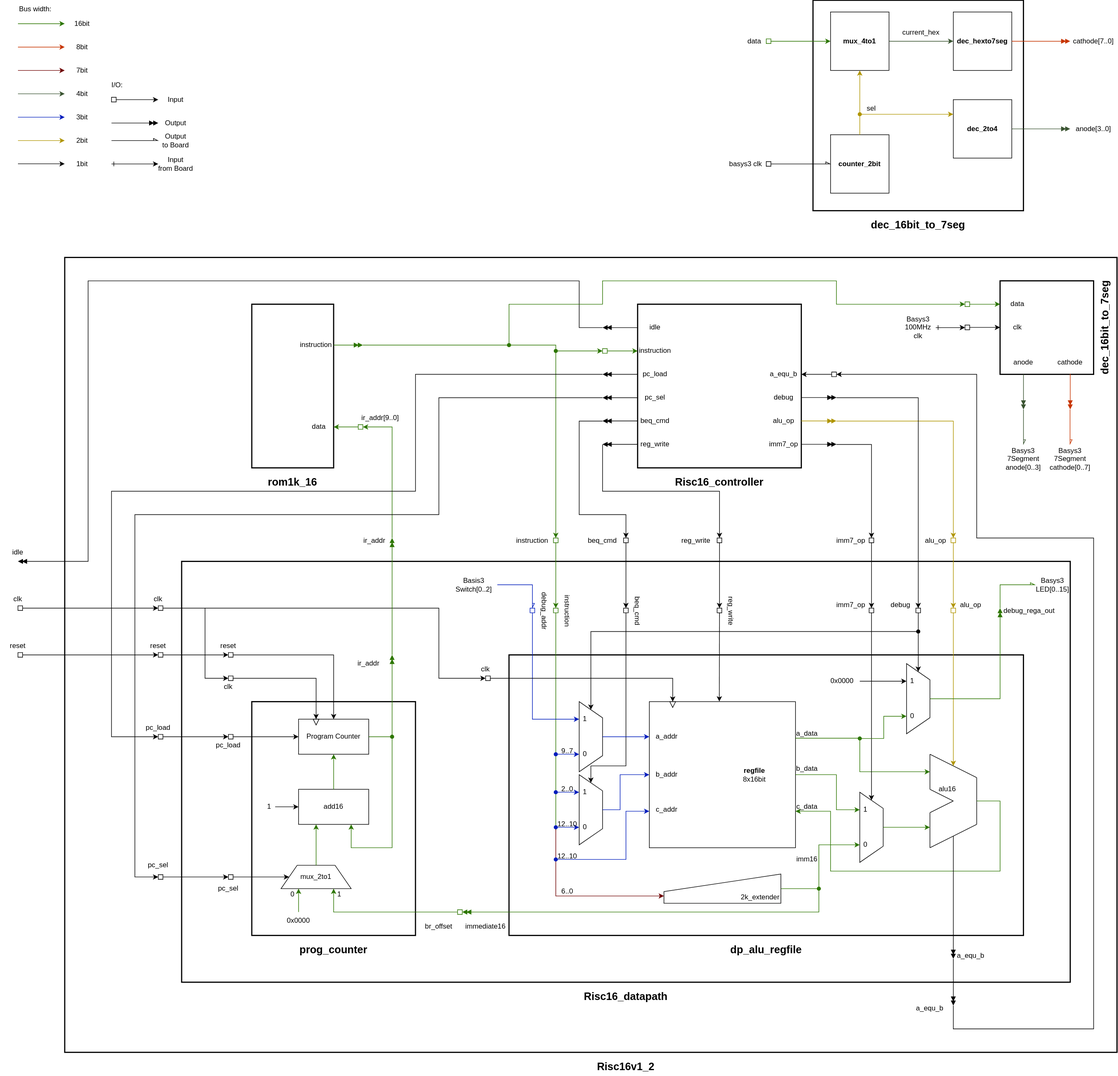
ole-hc/risc16-single-cycle-softcore keeps this draw.io diagram as figures/Risc16v1_2.drawio.svg. Above is the earlier version. Source tidied: cells renumbered, new cells last; positions are measured from the earlier drawing's top-left corner, leaving out a move shared by most shapes.
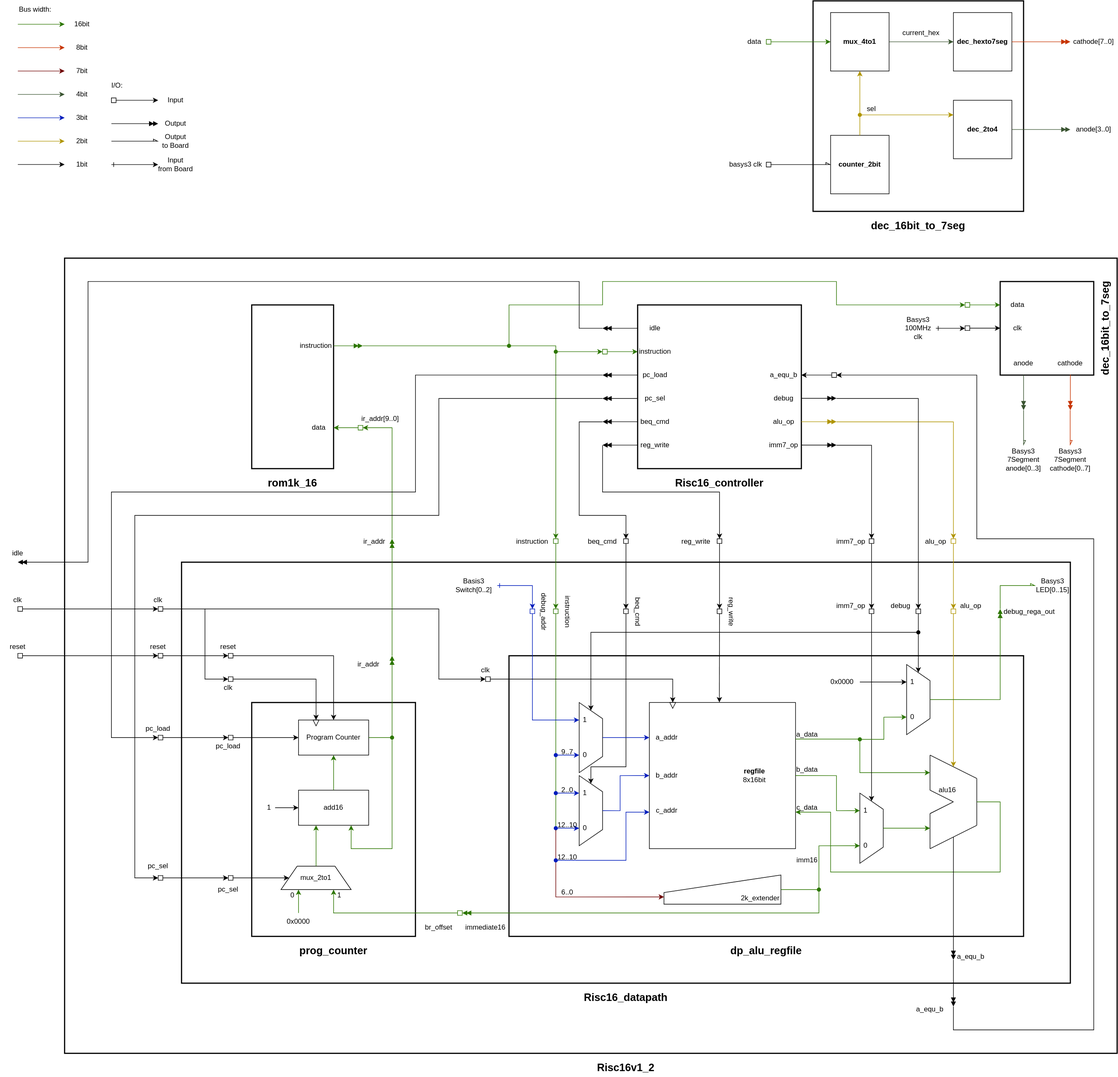
Later version of the same file.

Commit message:
Fix block diagram input arrow

Diff of the diagram source:
```diff
@@ -1117,7 +1117,7 @@
     <mxCell id="239" value="&lt;div&gt;Basys3&lt;/div&gt;&lt;div&gt;LED[0..15]&lt;/div&gt;" style="text;html=1;whiteSpace=wrap;strokeColor=none;fillColor=none;align=center;verticalAlign=middle;rounded=0;" parent="1" vertex="1">
       <mxGeometry x="1770" y="985" width="60" height="30" as="geometry" />
     </mxCell>
-    <mxCell id="240" style="endArrow=async;html=1;rounded=0;edgeStyle=orthogonalEdgeStyle;fillColor=#0050ef;strokeColor=#001DBC;endFill=0;" parent="1" edge="1">
+    <mxCell id="240" style="endArrow=classic;html=1;rounded=0;edgeStyle=orthogonalEdgeStyle;fillColor=#0050ef;strokeColor=#001DBC;endFill=1;startArrow=ERone;startFill=0;" parent="1" edge="1">
       <mxGeometry relative="1" as="geometry">
         <mxPoint x="850" y="1000" as="sourcePoint" />
         <mxPoint x="910" y="1040" as="targetPoint" />
```
